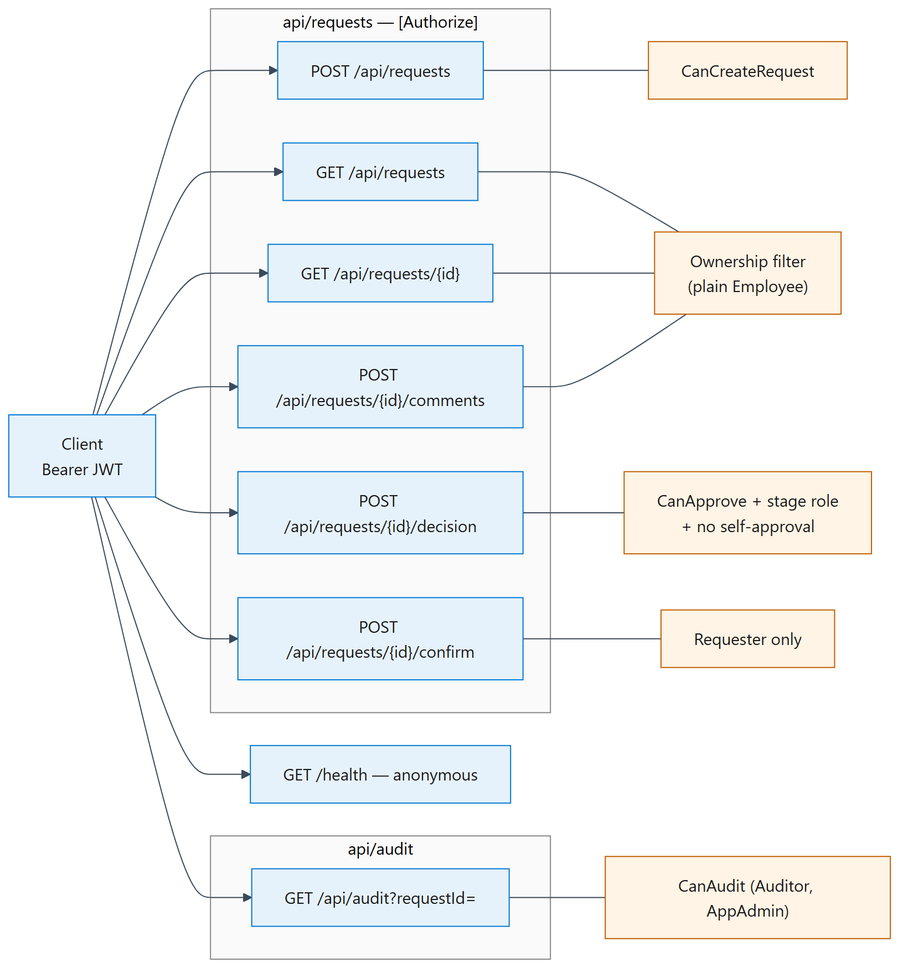
Before: docs/complete-solution-documentation/diagrams/rendered/14-api-architecture.png, a diagram exported from Mermaid (Deepankar-AICloud/AISDLC-V1). Its source is kept beside it as docs/complete-solution-documentation/diagrams/mermaid/14-api-architecture.mmd. Its diagram source:
```mermaid
flowchart LR
  classDef ep fill:#E6F2FB,stroke:#0078D4,color:#1B1B1B
  classDef pol fill:#FFF4E5,stroke:#C25E00,color:#1B1B1B
  CL["Client<br/>Bearer JWT"]

  subgraph R["api/requests — [Authorize]"]
    E1["POST /api/requests"]:::ep
    E2["GET /api/requests"]:::ep
    E3["GET /api/requests/{id}"]:::ep
    E4["POST /api/requests/{id}/decision"]:::ep
    E5["POST /api/requests/{id}/confirm"]:::ep
    E6["POST /api/requests/{id}/comments"]:::ep
  end
  subgraph AU["api/audit"]
    E7["GET /api/audit?requestId="]:::ep
  end
  E8["GET /health — anonymous"]:::ep

  P1["CanCreateRequest"]:::pol
  P2["Ownership filter<br/>(plain Employee)"]:::pol
  P3["CanApprove + stage role<br/>+ no self-approval"]:::pol
  P4["Requester only"]:::pol
  P5["CanAudit (Auditor, AppAdmin)"]:::pol

  CL --> E1 & E2 & E3 & E4 & E5 & E6 & E7 & E8
  E1 --- P1
  E2 --- P2
  E3 --- P2
  E6 --- P2
  E4 --- P3
  E5 --- P4
  E7 --- P5
```
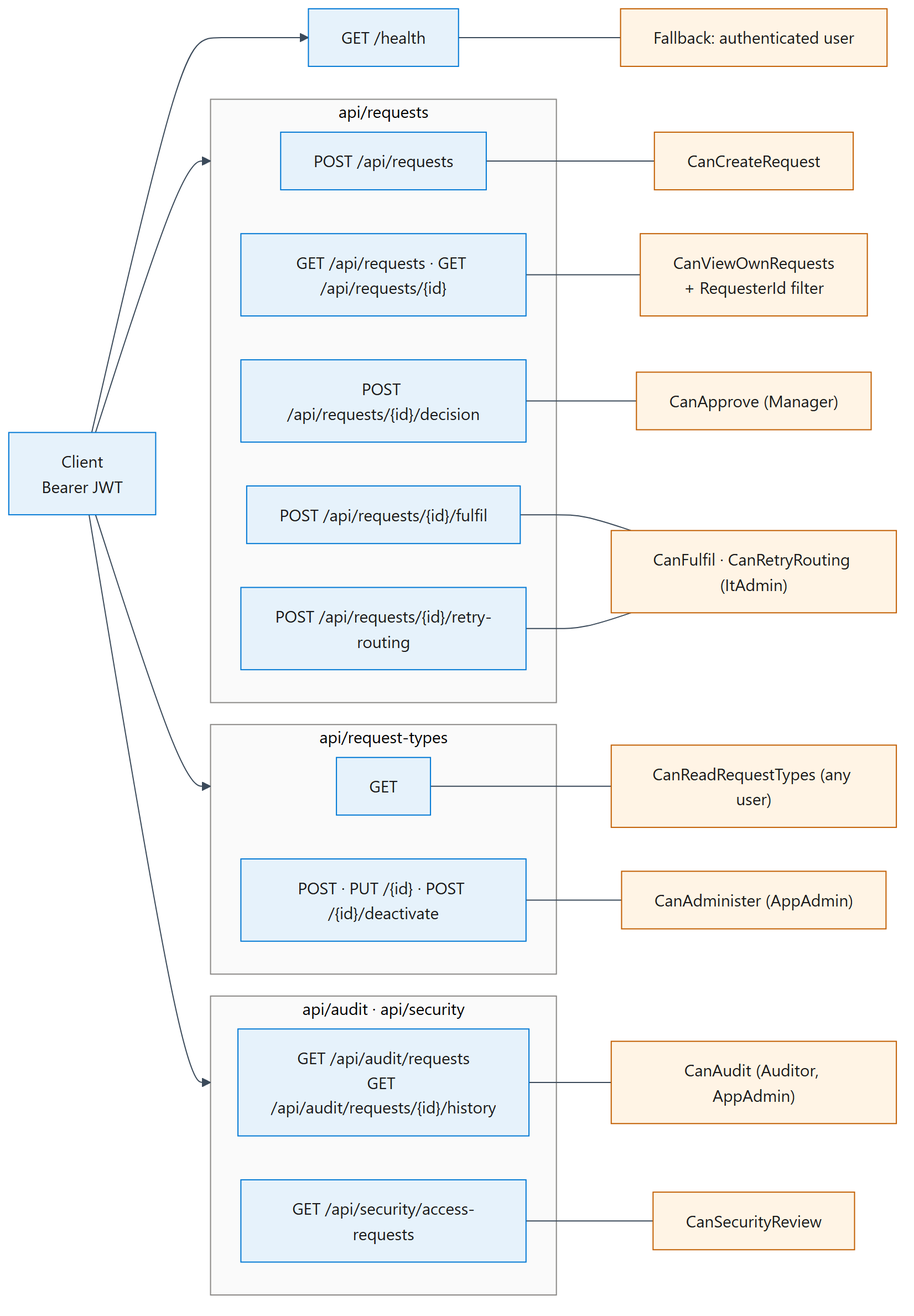
After the commit.

The edit, as a diff of the source:
```diff
@@ -3,30 +3,41 @@
   classDef pol fill:#FFF4E5,stroke:#C25E00,color:#1B1B1B
   CL["Client<br/>Bearer JWT"]
 
-  subgraph R["api/requests — [Authorize]"]
+  subgraph R["api/requests"]
     E1["POST /api/requests"]:::ep
-    E2["GET /api/requests"]:::ep
-    E3["GET /api/requests/{id}"]:::ep
+    E2["GET /api/requests · GET /api/requests/{id}"]:::ep
     E4["POST /api/requests/{id}/decision"]:::ep
-    E5["POST /api/requests/{id}/confirm"]:::ep
-    E6["POST /api/requests/{id}/comments"]:::ep
+    E5["POST /api/requests/{id}/fulfil"]:::ep
+    E6["POST /api/requests/{id}/retry-routing"]:::ep
   end
-  subgraph AU["api/audit"]
-    E7["GET /api/audit?requestId="]:::ep
+  subgraph T["api/request-types"]
+    E7["GET"]:::ep
+    E8["POST · PUT /{id} · POST /{id}/deactivate"]:::ep
   end
-  E8["GET /health — anonymous"]:::ep
+  subgraph AU["api/audit · api/security"]
+    E9["GET /api/audit/requests<br/>GET /api/audit/requests/{id}/history"]:::ep
+    E10["GET /api/security/access-requests"]:::ep
+  end
+  E11["GET /health"]:::ep
 
   P1["CanCreateRequest"]:::pol
-  P2["Ownership filter<br/>(plain Employee)"]:::pol
-  P3["CanApprove + stage role<br/>+ no self-approval"]:::pol
-  P4["Requester only"]:::pol
-  P5["CanAudit (Auditor, AppAdmin)"]:::pol
+  P2["CanViewOwnRequests<br/>+ RequesterId filter"]:::pol
+  P3["CanApprove (Manager)"]:::pol
+  P4["CanFulfil · CanRetryRouting (ItAdmin)"]:::pol
+  P5["CanReadRequestTypes (any user)"]:::pol
+  P6["CanAdminister (AppAdmin)"]:::pol
+  P7["CanAudit (Auditor, AppAdmin)"]:::pol
+  P8["CanSecurityReview"]:::pol
+  P9["Fallback: authenticated user"]:::pol
 
-  CL --> E1 & E2 & E3 & E4 & E5 & E6 & E7 & E8
+  CL --> R & T & AU & E11
   E1 --- P1
   E2 --- P2
-  E3 --- P2
-  E6 --- P2
   E4 --- P3
   E5 --- P4
+  E6 --- P4
   E7 --- P5
+  E8 --- P6
+  E9 --- P7
+  E10 --- P8
+  E11 --- P9
```
